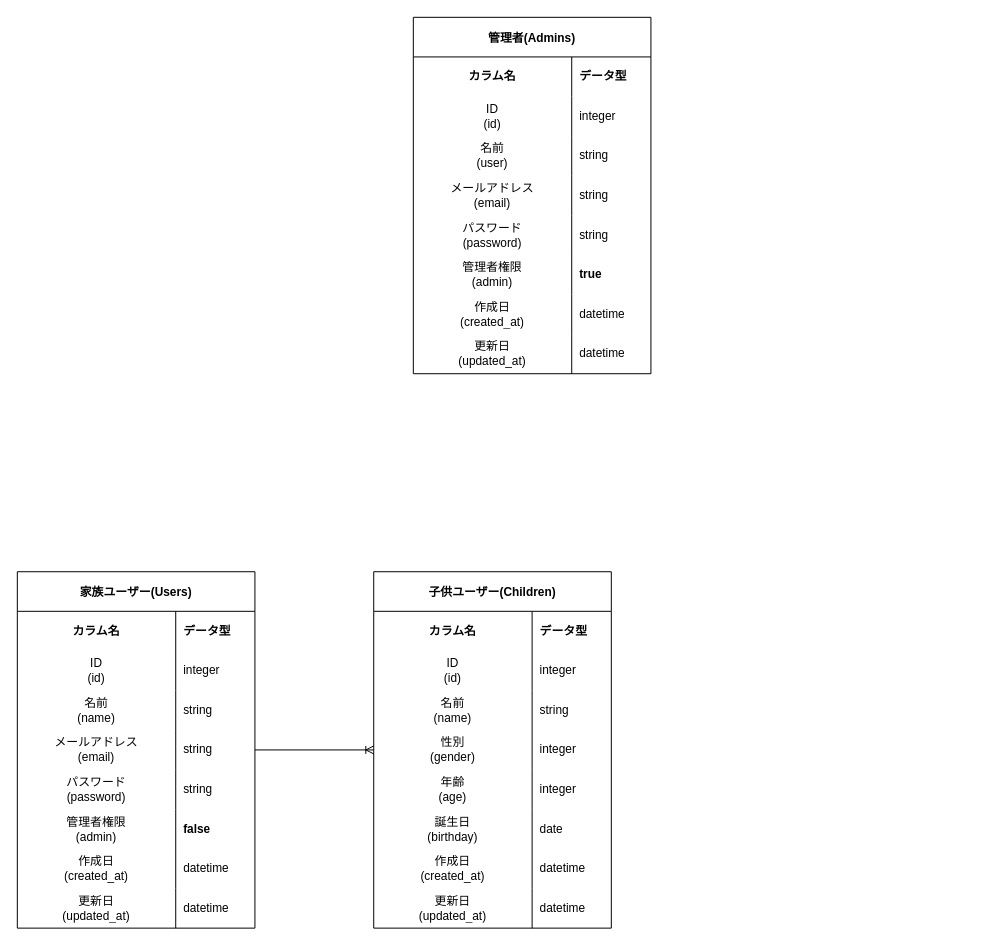
Earlier version of the draw.io diagram coyell.drawio (piroriki/coyell_port). Source tidied: cells renumbered, new cells numbered last; positions are measured from the earlier drawing's top-left corner, leaving out a move shared by most shapes. Both pictures are drawn from the tidied source at 99%, with x=0, y=0 at pixel (17, 17).
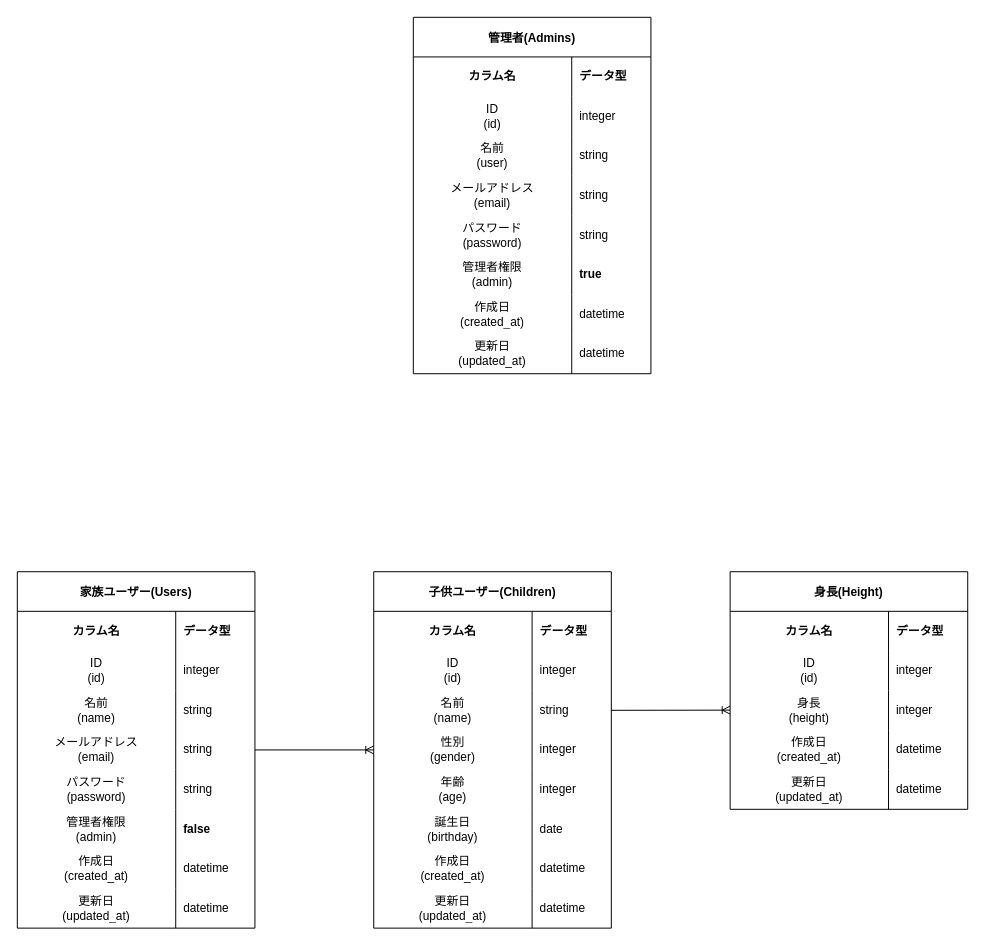
The same page after the edit.

Commit message:
ER図にheightモデル追加

Unchanged cells that the change refers to:
```xml
<mxCell id="59" style="shape=tableRow;horizontal=0;startSize=0;swimlaneHead=0;swimlaneBody=0;top=0;left=0;bottom=0;right=0;fillColor=none;points=[[0,0.5],[1,0.5]];portConstraint=eastwest;" parent="52" vertex="1">
  <mxGeometry y="120" width="240" height="40" as="geometry" />
</mxCell>
<mxCell id="62" style="shape=tableRow;horizontal=0;startSize=0;swimlaneHead=0;swimlaneBody=0;top=0;left=0;bottom=0;right=0;fillColor=none;points=[[0,0.5],[1,0.5]];portConstraint=eastwest;" parent="52" vertex="1">
  <mxGeometry y="160" width="240" height="40" as="geometry" />
</mxCell>
```

Diff of the diagram source:
```diff
@@
+    <mxCell id="78" value="身長(Height)" style="shape=table;startSize=40;childLayout=tableLayout;rowLines=0;fontStyle=1;" parent="1" vertex="1">
+      <mxGeometry x="720" y="560" width="240" height="240" as="geometry" />
+    </mxCell>
+    <mxCell id="79" style="shape=tableRow;horizontal=0;startSize=0;swimlaneHead=0;swimlaneBody=0;top=0;left=0;bottom=0;right=0;fillColor=none;" parent="78" vertex="1">
+      <mxGeometry y="40" width="240" height="40" as="geometry" />
+    </mxCell>
+    <mxCell id="80" value="&lt;b&gt;カラム名&lt;/b&gt;" style="shape=partialRectangle;html=1;whiteSpace=wrap;fillColor=none;top=0;left=0;bottom=0;right=0;overflow=hidden;" parent="79" vertex="1">
+      <mxGeometry width="160" height="40" as="geometry" />
+    </mxCell>
+    <mxCell id="81" value="&lt;b&gt;データ型&lt;/b&gt;" style="shape=partialRectangle;html=1;whiteSpace=wrap;fillColor=none;top=0;left=0;bottom=0;right=0;align=left;spacingLeft=6;overflow=hidden;" parent="79" vertex="1">
+      <mxGeometry x="160" width="80" height="40" as="geometry" />
+    </mxCell>
+    <mxCell id="82" style="shape=tableRow;horizontal=0;startSize=0;swimlaneHead=0;swimlaneBody=0;top=0;left=0;bottom=0;right=0;fillColor=none;" parent="78" vertex="1">
+      <mxGeometry y="80" width="240" height="40" as="geometry" />
+    </mxCell>
+    <mxCell id="83" value="ID&lt;br&gt;(id)" style="shape=partialRectangle;html=1;whiteSpace=wrap;fillColor=none;top=0;left=0;bottom=0;right=0;overflow=hidden;" parent="82" vertex="1">
+      <mxGeometry width="160" height="40" as="geometry" />
+    </mxCell>
+    <mxCell id="84" value="integer" style="shape=partialRectangle;html=1;whiteSpace=wrap;fillColor=none;top=0;left=0;bottom=0;right=0;align=left;spacingLeft=6;overflow=hidden;" parent="82" vertex="1">
+      <mxGeometry x="160" width="80" height="40" as="geometry" />
+    </mxCell>
+    <mxCell id="85" style="shape=tableRow;horizontal=0;startSize=0;swimlaneHead=0;swimlaneBody=0;top=0;left=0;bottom=0;right=0;fillColor=none;" parent="78" vertex="1">
+      <mxGeometry y="120" width="240" height="40" as="geometry" />
+    </mxCell>
+    <mxCell id="86" value="身長&lt;br&gt;(height)" style="shape=partialRectangle;html=1;whiteSpace=wrap;fillColor=none;top=0;left=0;bottom=0;right=0;overflow=hidden;" parent="85" vertex="1">
+      <mxGeometry width="160" height="40" as="geometry" />
+    </mxCell>
+    <mxCell id="87" value="integer" style="shape=partialRectangle;html=1;whiteSpace=wrap;fillColor=none;top=0;left=0;bottom=0;right=0;align=left;spacingLeft=6;overflow=hidden;" parent="85" vertex="1">
+      <mxGeometry x="160" width="80" height="40" as="geometry" />
+    </mxCell>
+    <mxCell id="88" style="shape=tableRow;horizontal=0;startSize=0;swimlaneHead=0;swimlaneBody=0;top=0;left=0;bottom=0;right=0;fillColor=none;" parent="78" vertex="1">
+      <mxGeometry y="160" width="240" height="40" as="geometry" />
+    </mxCell>
+    <mxCell id="89" value="作成日&lt;br&gt;(created_at)" style="shape=partialRectangle;html=1;whiteSpace=wrap;fillColor=none;top=0;left=0;bottom=0;right=0;overflow=hidden;" parent="88" vertex="1">
+      <mxGeometry width="160" height="40" as="geometry" />
+    </mxCell>
+    <mxCell id="90" value="datetime" style="shape=partialRectangle;html=1;whiteSpace=wrap;fillColor=none;top=0;left=0;bottom=0;right=0;align=left;spacingLeft=6;overflow=hidden;" parent="88" vertex="1">
+      <mxGeometry x="160" width="80" height="40" as="geometry" />
+    </mxCell>
+    <mxCell id="91" style="shape=tableRow;horizontal=0;startSize=0;swimlaneHead=0;swimlaneBody=0;top=0;left=0;bottom=0;right=0;fillColor=none;" parent="78" vertex="1">
+      <mxGeometry y="200" width="240" height="40" as="geometry" />
+    </mxCell>
+    <mxCell id="92" value="更新日&lt;br&gt;(updated_at)" style="shape=partialRectangle;html=1;whiteSpace=wrap;fillColor=none;top=0;left=0;bottom=0;right=0;overflow=hidden;" parent="91" vertex="1">
+      <mxGeometry width="160" height="40" as="geometry" />
+    </mxCell>
+    <mxCell id="93" value="datetime" style="shape=partialRectangle;html=1;whiteSpace=wrap;fillColor=none;top=0;left=0;bottom=0;right=0;align=left;spacingLeft=6;overflow=hidden;" parent="91" vertex="1">
+      <mxGeometry x="160" width="80" height="40" as="geometry" />
+    </mxCell>
+    <mxCell id="94" style="edgeStyle=none;html=1;exitX=1;exitY=0.5;exitDx=0;exitDy=0;endArrow=ERoneToMany;endFill=0;" parent="1" edge="1" source="62">
+      <mxGeometry relative="1" as="geometry" />
+    </mxCell>
+    <mxCell id="95" style="edgeStyle=none;html=1;exitX=1;exitY=0.5;exitDx=0;exitDy=0;endArrow=ERoneToMany;endFill=0;" parent="1" edge="1" source="59">
+      <mxGeometry relative="1" as="geometry">
+        <mxPoint x="720" y="699.8" as="targetPoint" />
+      </mxGeometry>
+    </mxCell>
```
